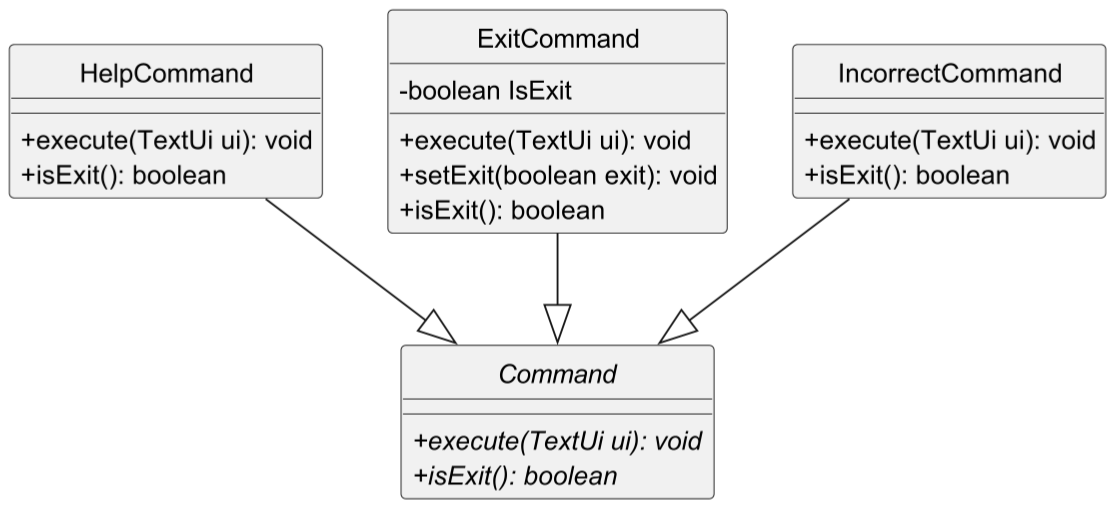
Above: docs/uml/images/CommandClassDiagramExitHelpIncorrect.png in nus-cs2113-AY2223S2/tp (PlantUML), before the change. Its source is kept beside it as docs/uml/CommandClassDiagramExitHelpIncorrect.puml. The source it was exported from:
```plantuml
@startuml
!include Style.puml

abstract class Command {
    +{abstract} execute(TextUi ui): void
    +{abstract} isExit(): boolean
}

class HelpCommand {
    + execute(TextUi ui): void
    + isExit(): boolean
}

class ExitCommand {
    - boolean IsExit
    + execute(TextUi ui): void
    + setExit(boolean exit): void
    + isExit(): boolean
}

class IncorrectCommand {
    + execute(TextUi ui): void
    + isExit(): boolean
}

HelpCommand --|> Command
IncorrectCommand --|> Command
ExitCommand --|> Command

@enduml
```
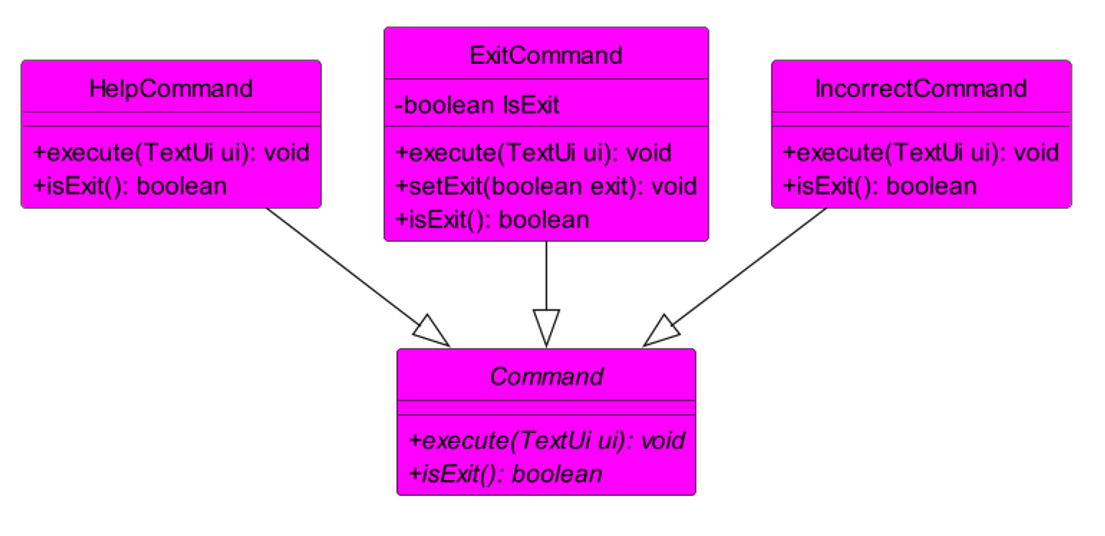
After the change.

Diff of the diagram source:
```diff
@@ -1,24 +1,24 @@
 @startuml
 !include Style.puml
 
-abstract class Command {
+abstract class Command COMMAND_COLOR {
     +{abstract} execute(TextUi ui): void
     +{abstract} isExit(): boolean
 }
 
-class HelpCommand {
+class HelpCommand COMMAND_COLOR {
     + execute(TextUi ui): void
     + isExit(): boolean
 }
 
-class ExitCommand {
+class ExitCommand COMMAND_COLOR {
     - boolean IsExit
     + execute(TextUi ui): void
     + setExit(boolean exit): void
     + isExit(): boolean
 }
 
-class IncorrectCommand {
+class IncorrectCommand COMMAND_COLOR {
     + execute(TextUi ui): void
     + isExit(): boolean
 }
```
